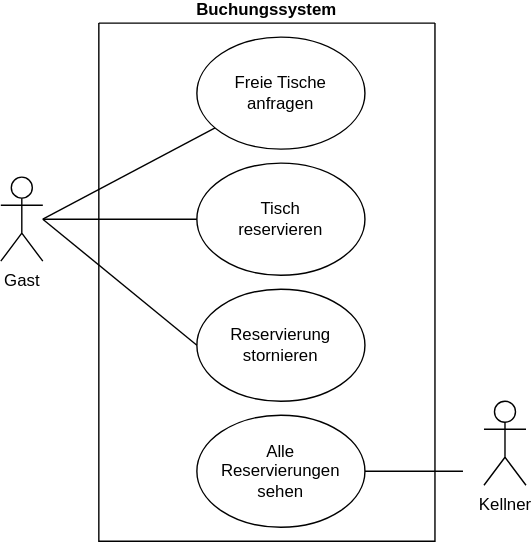
gsoTH/tischreservierung keeps this draw.io diagram as UML-UseCase.drawio.svg. Above is the earlier version. Source tidied: cells renumbered, new cells last; positions are measured from the earlier drawing's top-left corner, leaving out a move shared by most shapes.
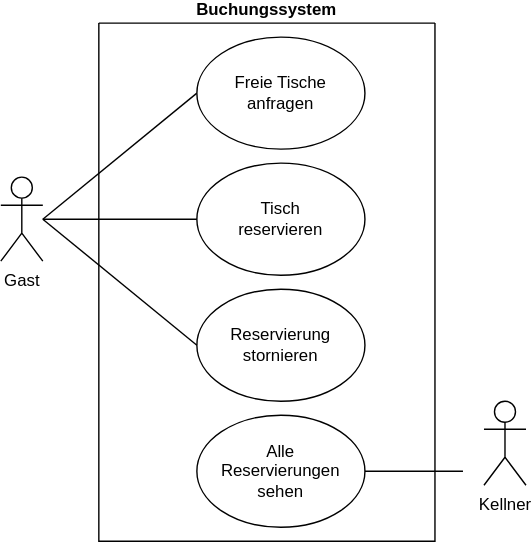
Above is the later version.

Commit message:
Formatierung angepasst

Change to the diagram source:
```diff
@@ -2,7 +2,7 @@
   <root>
     <mxCell id="0" />
     <mxCell id="1" parent="0" />
-    <mxCell id="2" style="rounded=0;jettySize=auto;html=1;endArrow=none;endFill=0;" parent="1" edge="1" target="6">
+    <mxCell id="2" style="rounded=0;jettySize=auto;html=1;endArrow=none;endFill=0;entryX=0;entryY=0.5;entryDx=0;entryDy=0;" parent="1" edge="1" target="6">
       <mxGeometry relative="1" as="geometry">
         <mxPoint x="30" y="140" as="sourcePoint" />
       </mxGeometry>
```
